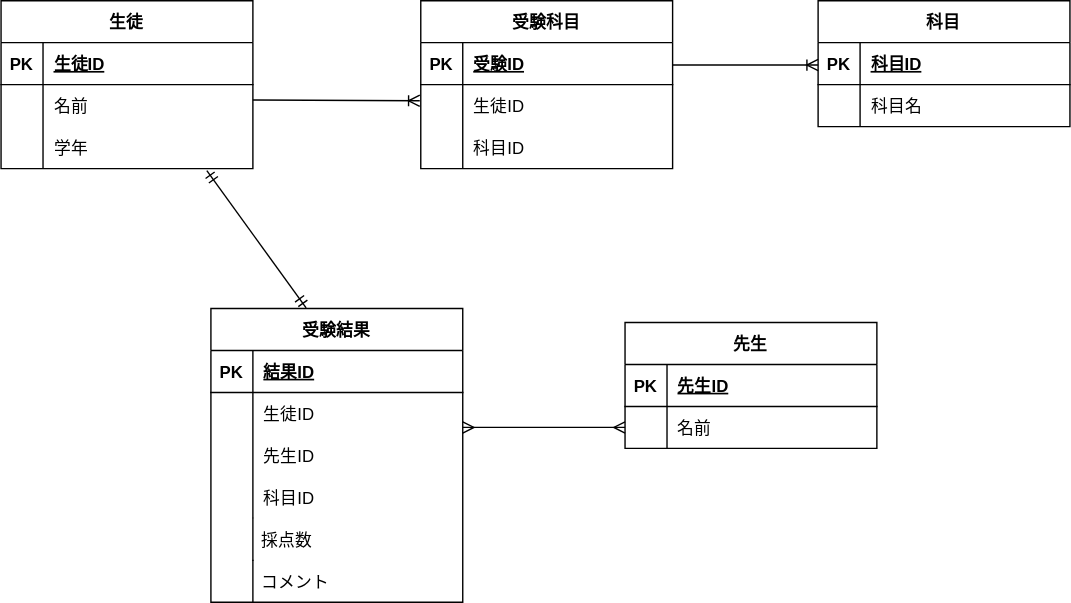
Before: ER.drawio.svg, a diagram exported from draw.io (ohashi3589/20230217_ohashi). Source tidied: cells renumbered, new cells last; positions are measured from the earlier drawing's top-left corner, leaving out a move shared by most shapes.
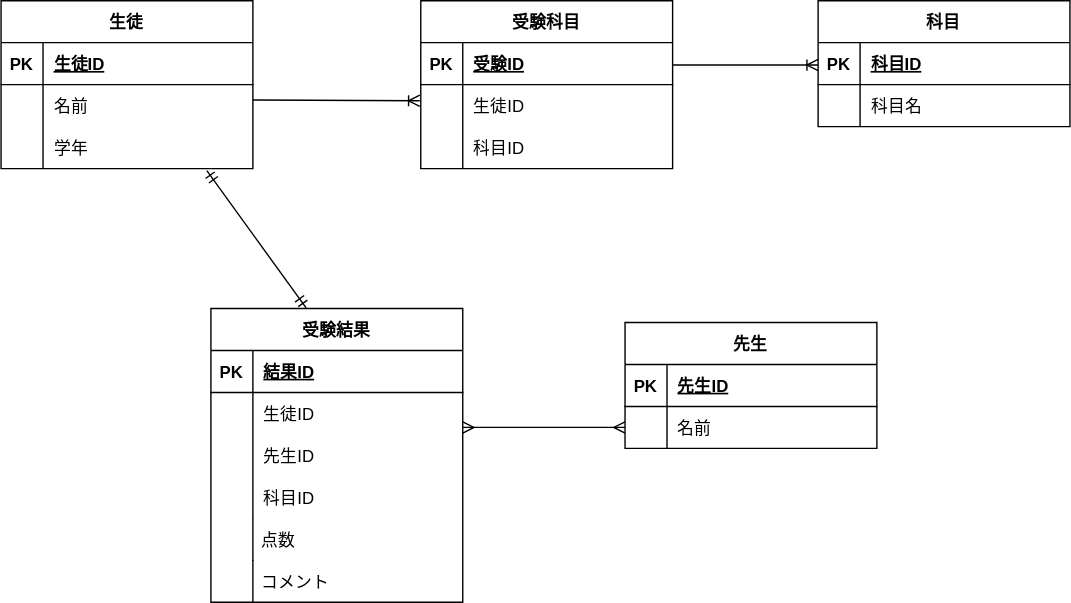
Later version of the same file.

What changed in the source:
```diff
@@ -122,7 +122,7 @@
     <mxCell id="41" value="科目ID" style="shape=partialRectangle;fillColor=none;top=0;left=0;bottom=0;right=0;align=left;spacingLeft=6;overflow=hidden;strokeWidth=1;" parent="39" vertex="1">
       <mxGeometry x="30" width="150" height="30" as="geometry" />
     </mxCell>
-    <mxCell id="42" value=" 採点数" style="shape=partialRectangle;fillColor=none;align=left;verticalAlign=middle;strokeColor=none;spacingLeft=34;strokeWidth=1;" parent="1" vertex="1">
+    <mxCell id="42" value=" 点数" style="shape=partialRectangle;fillColor=none;align=left;verticalAlign=middle;strokeColor=none;spacingLeft=34;strokeWidth=1;" parent="1" vertex="1">
       <mxGeometry x="150" y="370" width="90" height="30" as="geometry" />
     </mxCell>
     <mxCell id="43" style="shape=partialRectangle;top=0;left=0;bottom=0;fillColor=none;stokeWidth=1;align=left;verticalAlign=middle;spacingLeft=4;spacingRight=4;overflow=hidden;strokeWidth=1;" parent="42" vertex="1">
```
